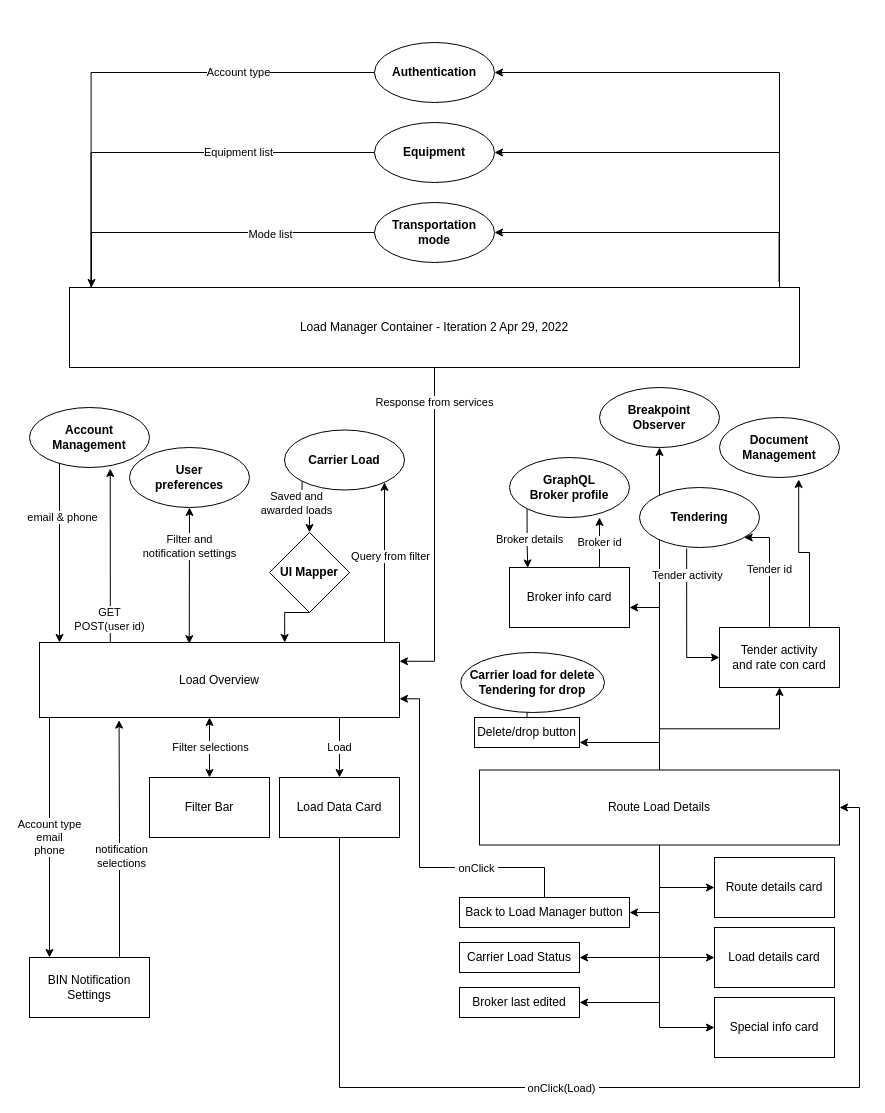
eeevvaaa/drawio keeps this draw.io diagram as LM Refactor Diagram v2.drawio. Above is the earlier version. Source tidied: cells renumbered, new cells numbered last; positions are measured from the earlier drawing's top-left corner, leaving out a move shared by most shapes. Both pictures are drawn from the tidied source at 100%, with x=0, y=0 at pixel (29, 42).
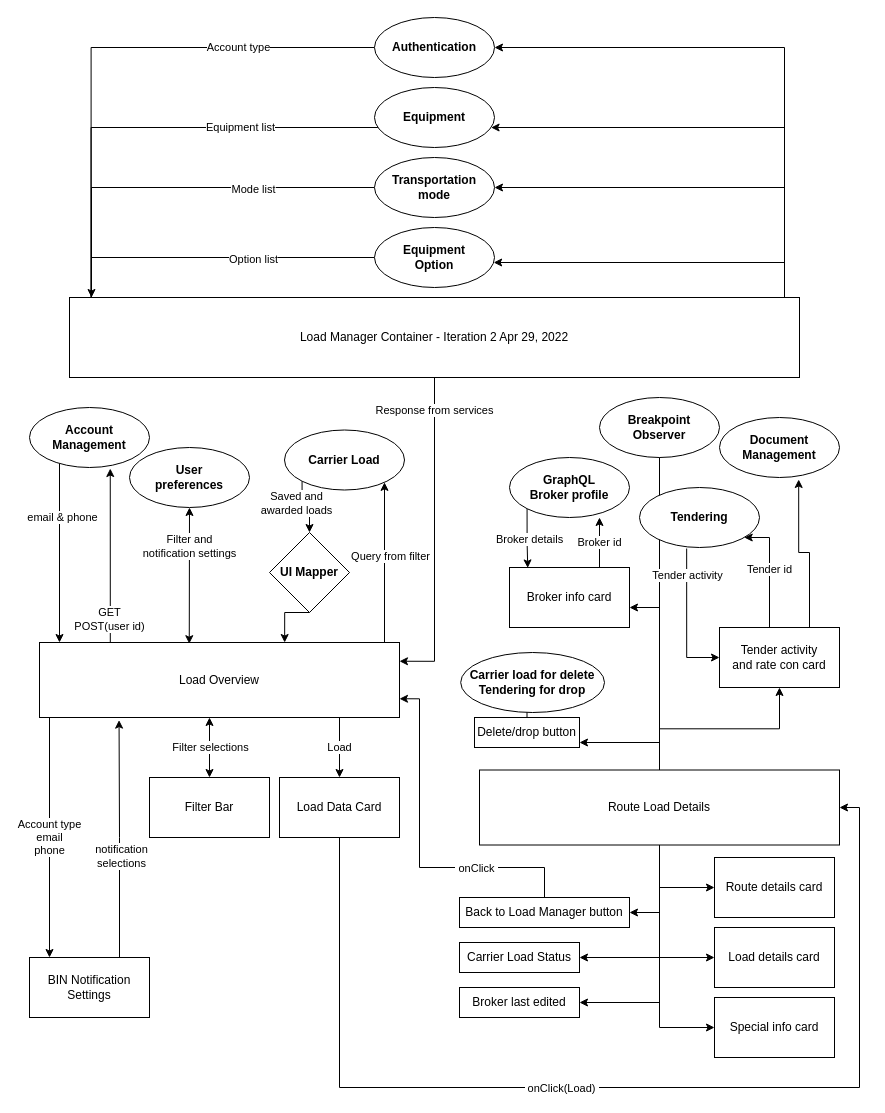
The same page after the edit.

Unchanged cells that the change refers to:
```xml
<mxCell id="44" value="Route Load Details" style="whiteSpace=wrap;html=1;labelBorderColor=none;rounded=0;" parent="1" vertex="1">
  <mxGeometry x="450" y="727.5" width="360" height="75" as="geometry" />
</mxCell>
```

The edit, as a diff of the source:
```diff
@@
+    <mxCell id="75" style="edgeStyle=orthogonalEdgeStyle;orthogonalLoop=1;jettySize=auto;html=1;exitX=0;exitY=0.5;exitDx=0;exitDy=0;labelBorderColor=none;rounded=0;" parent="1" edge="1">
+      <mxGeometry relative="1" as="geometry">
+        <mxPoint x="345" y="215" as="sourcePoint" />
+        <mxPoint x="62" y="325" as="targetPoint" />
+        <Array as="points">
+          <mxPoint x="62" y="215" />
+        </Array>
+      </mxGeometry>
+    </mxCell>
+    <mxCell id="76" value="Option list" style="edgeLabel;html=1;align=center;verticalAlign=middle;labelBorderColor=none;rounded=0;" parent="75" vertex="1">
+      <mxGeometry x="-0.38" y="1" relative="1" as="geometry" />
+    </mxCell>
     <mxCell id="2" style="edgeStyle=orthogonalEdgeStyle;jettySize=auto;html=1;labelBorderColor=none;rounded=0;" parent="1" edge="1" target="6">
       <mxGeometry relative="1" as="geometry">
-        <mxPoint x="750" y="315" as="sourcePoint" />
+        <mxPoint x="750" y="290" as="sourcePoint" />
         <Array as="points">
-          <mxPoint x="750" y="30" />
+          <mxPoint x="755" y="290" />
+          <mxPoint x="755" y="5" />
         </Array>
       </mxGeometry>
     </mxCell>
     <mxCell id="3" style="edgeStyle=orthogonalEdgeStyle;jettySize=auto;html=1;labelBorderColor=none;rounded=0;" parent="1" edge="1" target="8">
       <mxGeometry relative="1" as="geometry">
-        <mxPoint x="750" y="315" as="sourcePoint" />
+        <mxPoint x="750" y="290" as="sourcePoint" />
         <Array as="points">
-          <mxPoint x="750" y="110" />
+          <mxPoint x="755" y="290" />
+          <mxPoint x="755" y="85" />
         </Array>
       </mxGeometry>
     </mxCell>
-    <mxCell id="4" style="edgeStyle=orthogonalEdgeStyle;jettySize=auto;html=1;exitX=0.972;exitY=-0.068;exitDx=0;exitDy=0;exitPerimeter=0;labelBorderColor=none;rounded=0;" parent="1" edge="1" source="13" target="11">
+    <mxCell id="4" style="edgeStyle=orthogonalEdgeStyle;jettySize=auto;html=1;labelBorderColor=none;rounded=0;" parent="1" edge="1" source="13" target="11">
       <mxGeometry relative="1" as="geometry">
         <Array as="points">
-          <mxPoint x="750" y="190" />
+          <mxPoint x="755" y="145" />
         </Array>
       </mxGeometry>
     </mxCell>
     <mxCell id="5" value="Account type" style="edgeStyle=orthogonalEdgeStyle;jettySize=auto;html=1;exitX=0;exitY=0.5;exitDx=0;exitDy=0;entryX=0.054;entryY=-0.002;entryDx=0;entryDy=0;entryPerimeter=0;labelBorderColor=none;rounded=0;" parent="1" edge="1" source="6">
       <mxGeometry x="-0.52" relative="1" as="geometry">
-        <mxPoint x="61.6" y="313.4" as="targetPoint" />
+        <mxPoint x="61.6" y="288.4" as="targetPoint" />
         <Array as="points">
-          <mxPoint x="62" y="30" />
+          <mxPoint x="62" y="5" />
         </Array>
       </mxGeometry>
     </mxCell>
     <mxCell id="6" value="Authentication" style="ellipse;whiteSpace=wrap;html=1;fontStyle=1;startSize=23;rounded=0;labelBorderColor=none;" parent="1" vertex="1">
-      <mxGeometry x="345" width="120" height="60" as="geometry" />
+      <mxGeometry x="345" y="-25" width="120" height="60" as="geometry" />
     </mxCell>
     <mxCell id="7" value="Equipment list" style="edgeStyle=orthogonalEdgeStyle;jettySize=auto;html=1;entryX=0.054;entryY=-0.002;entryDx=0;entryDy=0;entryPerimeter=0;labelBorderColor=none;rounded=0;" parent="1" edge="1" source="8">
       <mxGeometry x="-0.44" relative="1" as="geometry">
-        <mxPoint x="61.6" y="313.4" as="targetPoint" />
+        <mxPoint x="61.6" y="288.4" as="targetPoint" />
         <Array as="points">
-          <mxPoint x="62" y="110" />
+          <mxPoint x="62" y="85" />
         </Array>
       </mxGeometry>
     </mxCell>
     <mxCell id="8" value="Equipment" style="ellipse;whiteSpace=wrap;html=1;fontStyle=1;startSize=23;labelBorderColor=none;rounded=0;" parent="1" vertex="1">
-      <mxGeometry x="345" y="80" width="120" height="60" as="geometry" />
+      <mxGeometry x="345" y="45" width="120" height="60" as="geometry" />
     </mxCell>
     <mxCell id="9" style="edgeStyle=orthogonalEdgeStyle;jettySize=auto;html=1;exitX=0;exitY=0.5;exitDx=0;exitDy=0;labelBorderColor=none;rounded=0;" parent="1" edge="1" source="11" target="13">
       <mxGeometry relative="1" as="geometry">
         <Array as="points">
-          <mxPoint x="62" y="190" />
+          <mxPoint x="62" y="145" />
         </Array>
       </mxGeometry>
     </mxCell>
@@
     <mxCell id="11" value="Transportation mode" style="ellipse;whiteSpace=wrap;html=1;fontStyle=1;startSize=23;labelBorderColor=none;rounded=0;" parent="1" vertex="1">
-      <mxGeometry x="345" y="160" width="120" height="60" as="geometry" />
+      <mxGeometry x="345" y="115" width="120" height="60" as="geometry" />
     </mxCell>
@@
+    <mxCell id="77" style="edgeStyle=orthogonalEdgeStyle;rounded=0;jettySize=auto;html=1;" parent="1" edge="1" source="13" target="78">
+      <mxGeometry relative="1" as="geometry">
+        <Array as="points">
+          <mxPoint x="755" y="220" />
+        </Array>
+      </mxGeometry>
+    </mxCell>
     <mxCell id="13" value="Load Manager Container - Iteration 2 Apr 29, 2022" style="whiteSpace=wrap;html=1;labelBorderColor=none;rounded=0;" parent="1" vertex="1">
-      <mxGeometry x="40" y="245" width="730" height="80" as="geometry" />
+      <mxGeometry x="40" y="255" width="730" height="80" as="geometry" />
     </mxCell>
@@
-    <mxCell id="43" style="edgeStyle=orthogonalEdgeStyle;rounded=0;jettySize=auto;html=1;" parent="1" edge="1" source="44" target="74">
-      <mxGeometry relative="1" as="geometry" />
+    <mxCell id="43" style="edgeStyle=orthogonalEdgeStyle;rounded=0;jettySize=auto;html=1;" parent="1" edge="1" source="44">
+      <mxGeometry relative="1" as="geometry">
+        <mxPoint x="630" y="405" as="targetPoint" />
+      </mxGeometry>
     </mxCell>
@@
     <mxCell id="74" value="&lt;b&gt;Breakpoint&lt;/b&gt; &lt;b&gt;Observer&lt;/b&gt;" style="ellipse;whiteSpace=wrap;html=1;labelBorderColor=none;rounded=0;" parent="1" vertex="1">
-      <mxGeometry x="570" y="345" width="120" height="60" as="geometry" />
+      <mxGeometry x="570" y="355" width="120" height="60" as="geometry" />
     </mxCell>
+    <mxCell id="78" value="&lt;b&gt;Equipment&lt;br&gt;Option&lt;/b&gt;" style="ellipse;whiteSpace=wrap;html=1;labelBorderColor=none;rounded=0;" parent="1" vertex="1">
+      <mxGeometry x="345" y="185" width="120" height="60" as="geometry" />
+    </mxCell>
```
